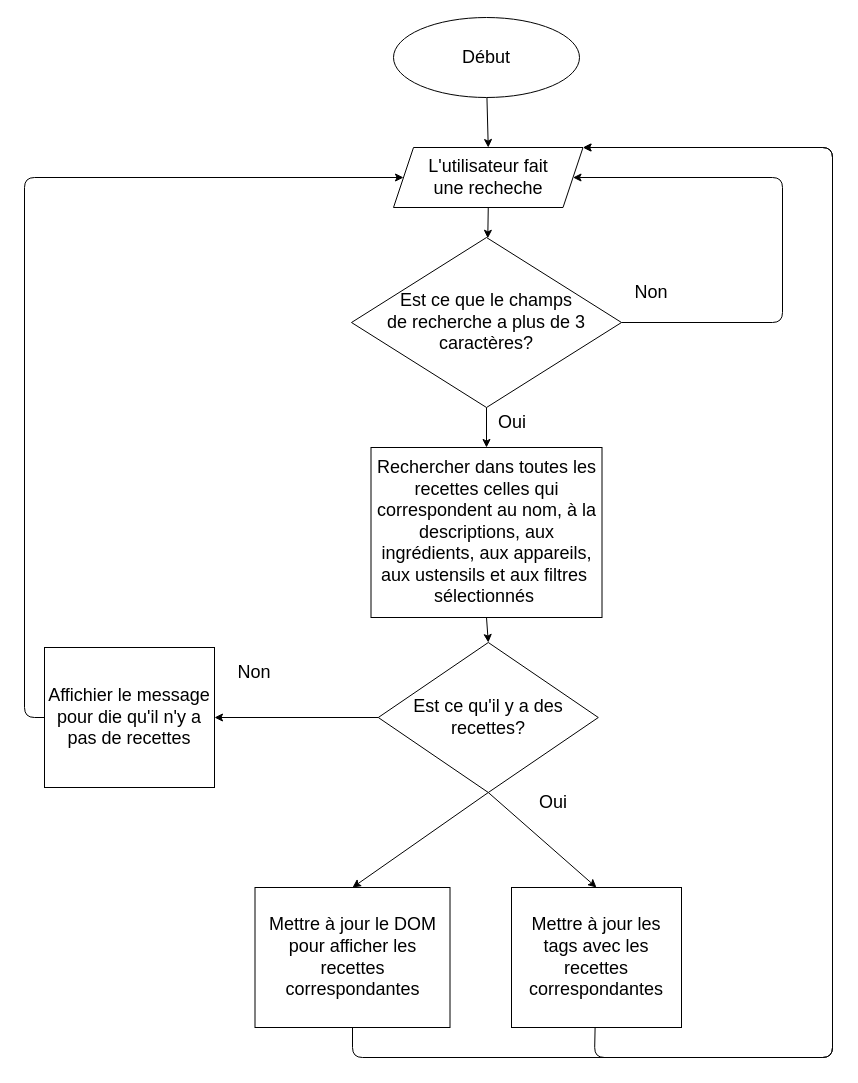
Earlier version of the draw.io diagram assets/doc/functionalityInvestigationSheet.drawio (OpenClassrooms-Student-Center/P11-front-end-search-engine). Source tidied: cells renumbered, new cells numbered last; positions are measured from the earlier drawing's top-left corner, leaving out a move shared by most shapes. Both pictures are drawn from the tidied source at 100%, with x=0, y=0 at pixel (24, 17).
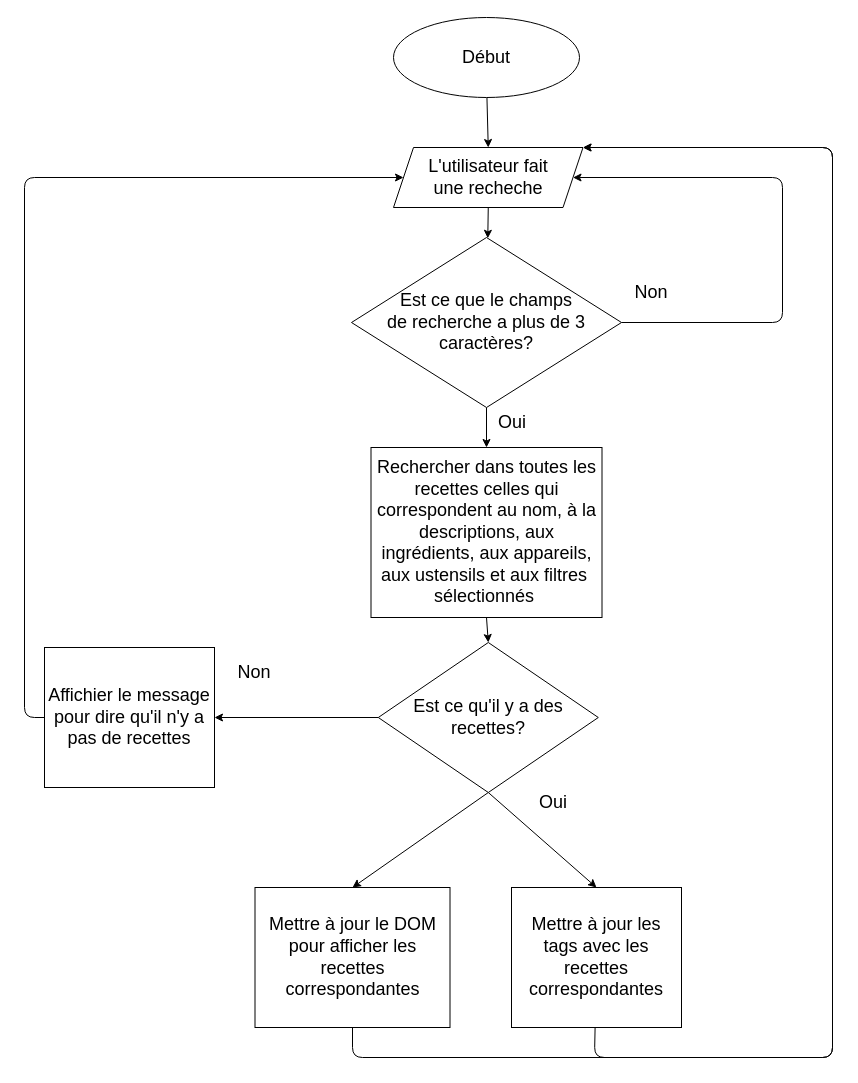
Above is the later version.

Commit message (it also covers changes not shown here):
change show and hide in tag, correct schema

Diff of the diagram source:
```diff
@@
-    <mxCell id="24" value="Affichier le message pour die qu'il n'y a pas de recettes" style="rounded=0;whiteSpace=wrap;html=1;fontSize=18;" parent="1" vertex="1">
+    <mxCell id="24" value="Affichier le message pour dire qu'il n'y a pas de recettes" style="rounded=0;whiteSpace=wrap;html=1;fontSize=18;" parent="1" vertex="1">
       <mxGeometry x="20" y="630" width="170" height="140" as="geometry" />
     </mxCell>
```
